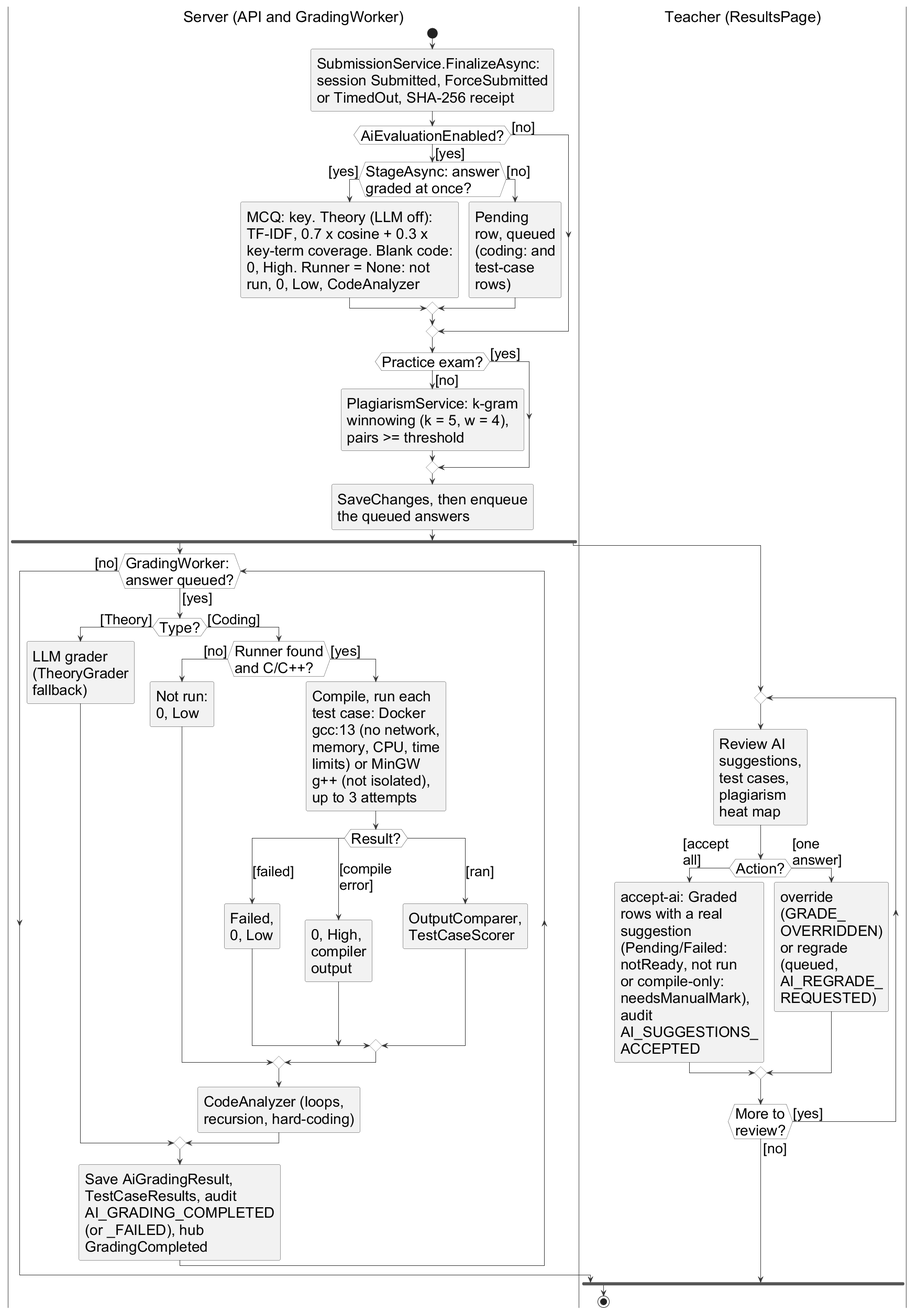
The PlantUML diagram important docs/fyp_doc_3chatp/Figures/activity_grading.png in Haiderali27-hub/AI-Lab-Monitoring-, before a commit. Its source is kept beside it as important docs/fyp_doc_3chatp/Figures/src/activity_grading.puml. Its diagram source:
```plantuml
@startuml
!include style.iuml
skinparam dpi 96
skinparam defaultFontSize 28
skinparam ArrowFontSize 27
skinparam padding 1
skinparam swimlane {
  BorderColor #777777
  TitleFontSize 29
}
|Server (API and GradingWorker)|
start
:SubmissionService.FinalizeAsync:
session Submitted, ForceSubmitted
or TimedOut, SHA-256 receipt;
if (AiEvaluationEnabled?) then ([yes])
  if (StageAsync: answer\ngraded at once?) then ([yes])
    :MCQ: key. Theory (LLM off):
    TF-IDF, 0.7 x cosine + 0.3 x
    key-term coverage. Blank code:
    0, High. Runner = None: not
    run, 0, Low, CodeAnalyzer;
  else ([no])
    :Pending
    row, queued
    (coding: and
    test-case
    rows);
  endif
else ([no])
endif
if (Practice exam?) then ([no])
  :PlagiarismService: k-gram
  winnowing (k = 5, w = 4),
  pairs >= threshold;
else ([yes])
endif
:SaveChanges, then enqueue
the queued answers;
fork
  while (GradingWorker:\nanswer queued?) is ([yes])
    if (Type?) then ([Theory])
      :LLM grader
      (TheoryGrader
      fallback);
    else ([Coding])
      if (Runner found\nand C/C++?) then ([no])
        :Not run:
        0, Low;
      else ([yes])
        :Compile, run each
        test case: Docker
        gcc:13 (no network,
        memory, CPU, time
        limits) or MinGW
        g++ (not isolated),
        up to 3 attempts;
        switch (Result?)
        case ([failed])
          :Failed,
          0, Low;
        case ([compile\nerror])
          :0, High,
          compiler
          output;
        case ([ran])
          :OutputComparer,
          TestCaseScorer;
        endswitch
      endif
      :CodeAnalyzer (loops,
      recursion, hard-coding);
    endif
    :Save AiGradingResult,
    TestCaseResults, audit
    AI_GRADING_COMPLETED
    (or _FAILED), hub
    GradingCompleted;
  endwhile ([no])
fork again
  |Teacher (ResultsPage)|
  repeat
    :Review AI
    suggestions,
    test cases,
    plagiarism
    heat map;
    if (Action?) then ([accept\nall])
      :accept-ai: Graded
      rows with a real
      suggestion
      (Pending/Failed:
      notReady, not run
      or compile-only:
      needsManualMark),
      audit
      AI_SUGGESTIONS_
      ACCEPTED;
    else ([one\nanswer])
      :override
      (GRADE_
      OVERRIDDEN)
      or regrade
      (queued,
      AI_REGRADE_
      REQUESTED);
    endif
  repeat while (More to\nreview?) is ([yes]) not ([no])
end fork
stop
@enduml
```
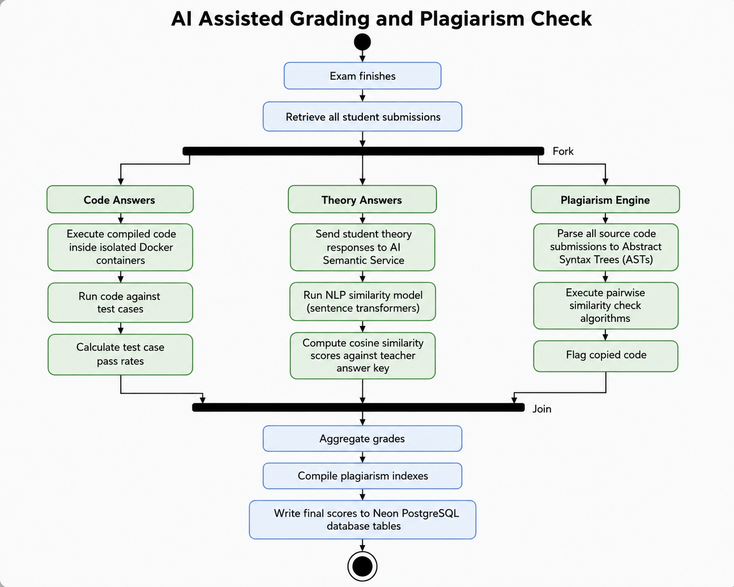
After the commit.

Change to the diagram source:
```diff
@@ -10,100 +10,69 @@
 }
 |Server (API and GradingWorker)|
 start
-:SubmissionService.FinalizeAsync:
-session Submitted, ForceSubmitted
-or TimedOut, SHA-256 receipt;
-if (AiEvaluationEnabled?) then ([yes])
-  if (StageAsync: answer\ngraded at once?) then ([yes])
-    :MCQ: key. Theory (LLM off):
-    TF-IDF, 0.7 x cosine + 0.3 x
-    key-term coverage. Blank code:
-    0, High. Runner = None: not
-    run, 0, Low, CodeAnalyzer;
+:Finalise the session
+with a receipt;
+if (AI evaluation\non?) then ([yes])
+  if (Can mark\nat once?) then ([yes])
+    :Mark now: MCQ by key,
+    theory by TF-IDF
+    if the LLM is off,
+    blank or unrunnable
+    code as 0;
   else ([no])
-    :Pending
-    row, queued
-    (coding: and
-    test-case
-    rows);
+    :Queue the
+    answer;
   endif
 else ([no])
 endif
-if (Practice exam?) then ([no])
-  :PlagiarismService: k-gram
-  winnowing (k = 5, w = 4),
-  pairs >= threshold;
+if (Practice\nexam?) then ([no])
+  :Plagiarism check
+  (winnowing);
 else ([yes])
 endif
-:SaveChanges, then enqueue
-the queued answers;
+:Save, start the
+queue;
 fork
-  while (GradingWorker:\nanswer queued?) is ([yes])
+  while (Answer\nqueued?) is ([yes])
     if (Type?) then ([Theory])
       :LLM grader
-      (TheoryGrader
+      (TF-IDF
       fallback);
     else ([Coding])
-      if (Runner found\nand C/C++?) then ([no])
-        :Not run:
-        0, Low;
+      if (Runner and\nC/C++?) then ([no])
+        :Not run, 0;
       else ([yes])
-        :Compile, run each
-        test case: Docker
-        gcc:13 (no network,
-        memory, CPU, time
-        limits) or MinGW
-        g++ (not isolated),
-        up to 3 attempts;
+        :Run test cases
+        (Docker or
+        MinGW);
         switch (Result?)
         case ([failed])
-          :Failed,
-          0, Low;
+          :Failed;
+        case ([ran])
+          :Score the
+          test cases;
         case ([compile\nerror])
-          :0, High,
-          compiler
+          :0, compiler
           output;
-        case ([ran])
-          :OutputComparer,
-          TestCaseScorer;
         endswitch
       endif
-      :CodeAnalyzer (loops,
-      recursion, hard-coding);
+      :Code analysis;
     endif
-    :Save AiGradingResult,
-    TestCaseResults, audit
-    AI_GRADING_COMPLETED
-    (or _FAILED), hub
-    GradingCompleted;
+    :Save result,
+    audit, notify;
   endwhile ([no])
 fork again
   |Teacher (ResultsPage)|
   repeat
-    :Review AI
-    suggestions,
+    :Review marks,
     test cases,
-    plagiarism
-    heat map;
+    plagiarism;
     if (Action?) then ([accept\nall])
-      :accept-ai: Graded
-      rows with a real
-      suggestion
-      (Pending/Failed:
-      notReady, not run
-      or compile-only:
-      needsManualMark),
-      audit
-      AI_SUGGESTIONS_
-      ACCEPTED;
+      :Accept ready
+      suggestions;
     else ([one\nanswer])
-      :override
-      (GRADE_
-      OVERRIDDEN)
-      or regrade
-      (queued,
-      AI_REGRADE_
-      REQUESTED);
+      :Override
+      or regrade;
     endif
   repeat while (More to\nreview?) is ([yes]) not ([no])
 end fork
```
